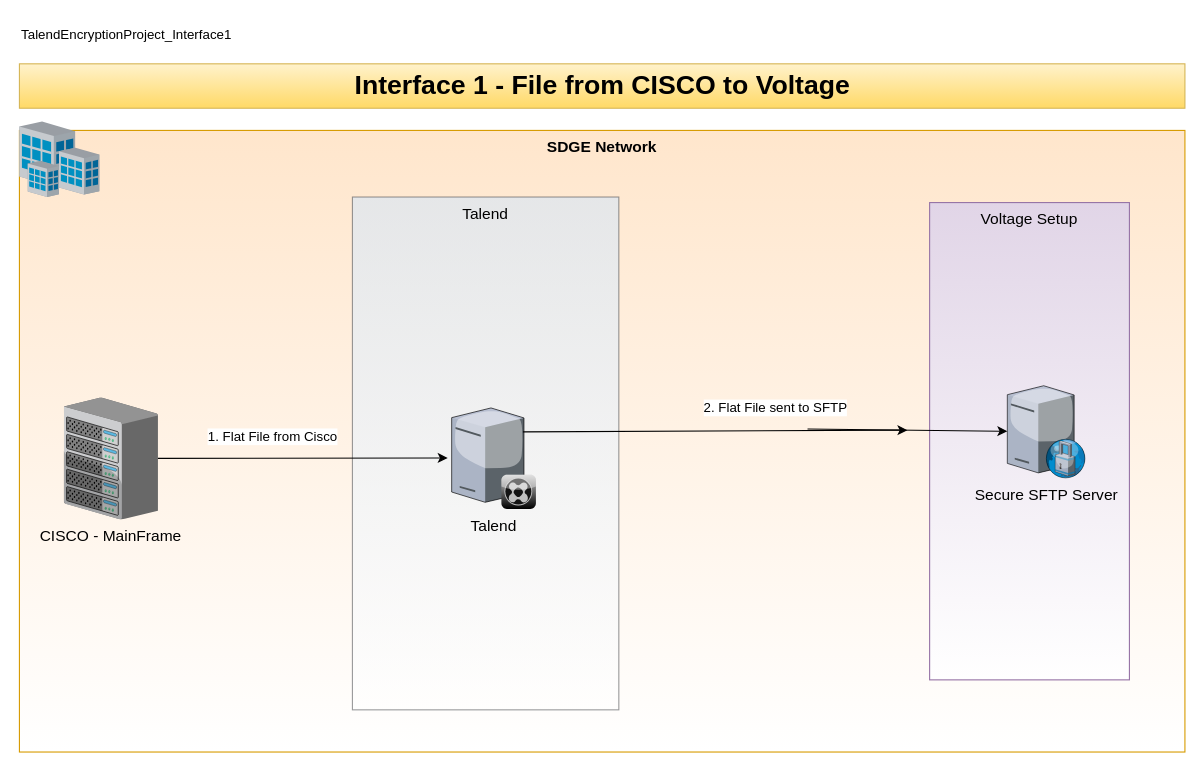
This is Untitled Diagram.drawio from reach2nipun/IntegrationDiagrams, a draw.io file, before an edit. Source tidied: cells renumbered, new cells numbered last; positions are measured from the earlier drawing's top-left corner, leaving out a move shared by most shapes. Both pictures are drawn from the tidied source at 111%, with x=0, y=0 at pixel (19, 19).
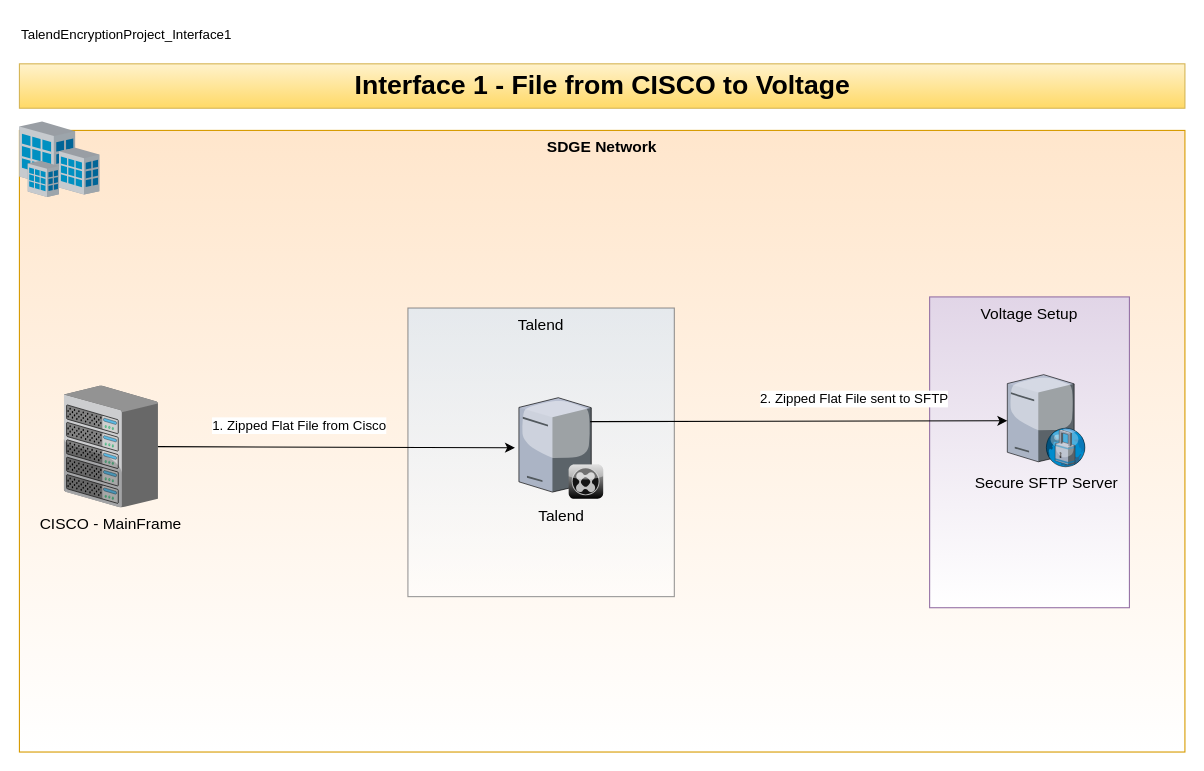
Above is the later version.

What changed in the source:
```diff
@@
 <mxGraphModel>
   <root>
     <mxCell id="0" />
     <mxCell id="1" parent="0" />
     <mxCell id="2" value="&lt;b&gt;SDGE Network&lt;/b&gt;" style="whiteSpace=wrap;html=1;fillColor=#ffe6cc;fontSize=14;strokeColor=#d79b00;verticalAlign=top;gradientColor=#ffffff;" parent="1" vertex="1">
       <mxGeometry y="100" width="1050" height="560" as="geometry" />
     </mxCell>
     <mxCell id="3" value="Talend" style="whiteSpace=wrap;html=1;fillColor=#cce5ff;fontSize=14;strokeColor=#36393d;verticalAlign=top;opacity=50;gradientColor=#ffffff;" parent="1" vertex="1">
-      <mxGeometry x="300" y="160" width="240" height="462" as="geometry" />
+      <mxGeometry x="350" y="260" width="240" height="260" as="geometry" />
     </mxCell>
     <mxCell id="4" value="Voltage Setup" style="whiteSpace=wrap;html=1;fillColor=#e1d5e7;fontSize=14;strokeColor=#9673a6;verticalAlign=top;gradientColor=#ffffff;" parent="1" vertex="1">
-      <mxGeometry x="820" y="165" width="180" height="430" as="geometry" />
+      <mxGeometry x="820" y="250" width="180" height="280" as="geometry" />
     </mxCell>
     <mxCell id="5" value="Talend" style="verticalLabelPosition=bottom;html=1;verticalAlign=top;strokeColor=none;shape=mxgraph.citrix.xenclient_synchronizer;fillColor=#CCCCCC;gradientColor=#000000;gradientDirection=south;fontSize=14;" parent="1" vertex="1">
-      <mxGeometry x="389.4" y="350" width="76" height="91" as="geometry" />
+      <mxGeometry x="450" y="340.8" width="76" height="91" as="geometry" />
     </mxCell>
     <mxCell id="6" value="CISCO - MainFrame" style="verticalLabelPosition=bottom;html=1;verticalAlign=top;strokeColor=none;shape=mxgraph.citrix.chassis;fillColor=#66B2FF;gradientColor=#0066CC;fontSize=14;" parent="1" vertex="1">
-      <mxGeometry x="40" y="340.8" width="84.8" height="109.5" as="geometry" />
+      <mxGeometry x="40" y="330" width="84.8" height="109.5" as="geometry" />
     </mxCell>
     <mxCell id="7" value="Secure SFTP Server" style="verticalLabelPosition=bottom;html=1;verticalAlign=top;strokeColor=none;shape=mxgraph.citrix.proxy_server;fillColor=#66B2FF;gradientColor=#0066CC;fontSize=14;" parent="1" vertex="1">
-      <mxGeometry x="890" y="330" width="70.5" height="83" as="geometry" />
+      <mxGeometry x="890" y="320" width="70.5" height="83" as="geometry" />
     </mxCell>
     <mxCell id="8" style="verticalLabelPosition=bottom;html=1;verticalAlign=top;strokeColor=none;shape=mxgraph.citrix.site;fillColor=#66B2FF;gradientColor=#0066CC;fontSize=14;" parent="1" vertex="1">
       <mxGeometry y="92" width="72" height="68" as="geometry" />
     </mxCell>
     <mxCell id="9" value="Interface 1 - File from CISCO to Voltage" style="text;strokeColor=#d6b656;fillColor=#fff2cc;html=1;fontSize=24;fontStyle=1;verticalAlign=middle;align=center;gradientColor=#ffd966;" parent="1" vertex="1">
       <mxGeometry y="40" width="1050" height="40" as="geometry" />
     </mxCell>
     <mxCell id="10" style="endArrow=classic;html=1;entryX=-0.047;entryY=0.495;entryDx=0;entryDy=0;entryPerimeter=0;" parent="1" edge="1" source="6" target="5">
       <mxGeometry relative="1" as="geometry" />
     </mxCell>
-    <mxCell id="11" value="1. Flat File from Cisco" style="text;html=1;align=center;verticalAlign=middle;labelBackgroundColor=#ffffff;rotation=0;" parent="10" vertex="1">
+    <mxCell id="11" value="1. Zipped Flat File from Cisco" style="text;html=1;align=center;verticalAlign=middle;labelBackgroundColor=#ffffff;rotation=0;" parent="10" vertex="1">
       <mxGeometry x="-0.21" y="3" relative="1" as="geometry">
         <mxPoint y="-17.2" as="offset" />
       </mxGeometry>
     </mxCell>
-    <mxCell id="12" style="endArrow=classic;html=1;exitX=0.845;exitY=0.237;exitDx=0;exitDy=0;exitPerimeter=0;" parent="1" edge="1" source="5">
-      <mxGeometry relative="1" as="geometry">
-        <mxPoint x="800" y="370" as="targetPoint" />
-      </mxGeometry>
+    <mxCell id="12" style="endArrow=classic;html=1;exitX=0.845;exitY=0.237;exitDx=0;exitDy=0;exitPerimeter=0;" parent="1" edge="1" source="5" target="7">
+      <mxGeometry relative="1" as="geometry" />
     </mxCell>
-    <mxCell id="13" value="2. Flat File sent to SFTP" style="text;html=1;align=center;verticalAlign=middle;labelBackgroundColor=#ffffff;rotation=0;" parent="12" vertex="1">
+    <mxCell id="13" value="2. Zipped Flat File sent to SFTP" style="text;html=1;align=center;verticalAlign=middle;labelBackgroundColor=#ffffff;rotation=0;" parent="12" vertex="1">
       <mxGeometry x="-0.25" y="-1" relative="1" as="geometry">
         <mxPoint x="96.4" y="-22" as="offset" />
       </mxGeometry>
     </mxCell>
-    <mxCell id="14" style="endArrow=classic;html=1;" parent="1" edge="1" target="7">
-      <mxGeometry relative="1" as="geometry">
-        <mxPoint x="710" y="369" as="sourcePoint" />
-      </mxGeometry>
-    </mxCell>
     <mxCell id="15" value="TalendEncryptionProject_Interface1" style="text;html=1;" parent="1" vertex="1">
       <mxGeometry width="210" height="30" as="geometry" />
     </mxCell>
   </root>
 </mxGraphModel>
```
